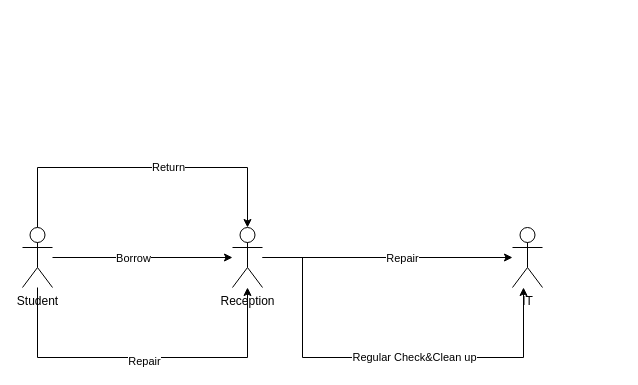
The draw.io diagram MSL-device.drawio in cnfrank/device, before the edit. Source tidied: cells renumbered, new cells numbered last; positions are measured from the earlier drawing's top-left corner, leaving out a move shared by most shapes. Both pictures are drawn from the tidied source at 100%, with x=0, y=0 at pixel (22, 167).
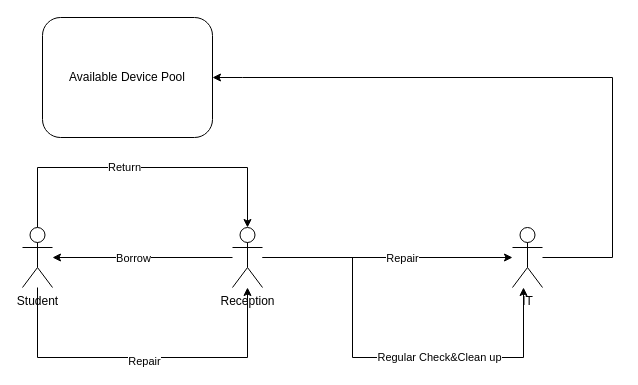
The same page after the edit.

The change refers to these unchanged cells:
```xml
<mxCell id="6" value="Reception" style="shape=umlActor;verticalLabelPosition=bottom;verticalAlign=top;html=1;outlineConnect=0;" parent="1" vertex="1">
  <mxGeometry x="210" y="60" width="30" height="60" as="geometry" />
</mxCell>
<mxCell id="9" style="edgeStyle=orthogonalEdgeStyle;rounded=0;jettySize=auto;html=1;" parent="1" edge="1" source="13" target="6">
  <mxGeometry relative="1" as="geometry">
    <Array as="points">
      <mxPoint x="15" />
      <mxPoint x="225" />
    </Array>
  </mxGeometry>
</mxCell>
<mxCell id="13" value="Student&lt;br&gt;" style="shape=umlActor;verticalLabelPosition=bottom;verticalAlign=top;html=1;outlineConnect=0;" parent="1" vertex="1">
  <mxGeometry y="60" width="30" height="60" as="geometry" />
</mxCell>
<mxCell id="14" value="IT" style="shape=umlActor;verticalLabelPosition=bottom;verticalAlign=top;html=1;outlineConnect=0;" parent="1" vertex="1">
  <mxGeometry x="490" y="60" width="30" height="60" as="geometry" />
</mxCell>
```

Diff of the diagram source:
```diff
@@
     <mxCell id="4" style="edgeStyle=orthogonalEdgeStyle;rounded=0;jettySize=auto;html=1;" parent="1" edge="1" source="6" target="14">
       <mxGeometry relative="1" as="geometry">
         <Array as="points">
-          <mxPoint x="280" y="90" />
-          <mxPoint x="280" y="190" />
+          <mxPoint x="330" y="90" />
+          <mxPoint x="330" y="190" />
           <mxPoint x="501" y="190" />
         </Array>
       </mxGeometry>
     </mxCell>
     <mxCell id="5" value="Regular Check&amp;amp;Clean up" style="edgeLabel;html=1;align=center;verticalAlign=middle;" parent="4" vertex="1">
       <mxGeometry x="-0.04" y="1" relative="1" as="geometry">
-        <mxPoint x="44" as="offset" />
+        <mxPoint x="69" as="offset" />
       </mxGeometry>
     </mxCell>
@@
-    <mxCell id="7" style="edgeStyle=orthogonalEdgeStyle;rounded=0;jettySize=auto;html=1;" parent="1" edge="1" source="13" target="6">
+    <mxCell id="7" style="edgeStyle=orthogonalEdgeStyle;rounded=0;jettySize=auto;html=1;startArrow=classic;startFill=1;endArrow=none;endFill=0;" parent="1" edge="1" source="13" target="6">
       <mxGeometry relative="1" as="geometry" />
     </mxCell>
@@
     <mxCell id="10" value="Return" style="edgeLabel;html=1;align=center;verticalAlign=middle;" parent="9" vertex="1">
-      <mxGeometry x="0.15" y="1" relative="1" as="geometry" />
+      <mxGeometry x="0.15" y="1" relative="1" as="geometry">
+        <mxPoint x="-44" as="offset" />
+      </mxGeometry>
     </mxCell>
@@
+    <mxCell id="15" style="edgeStyle=orthogonalEdgeStyle;rounded=0;jettySize=auto;html=1;entryX=1;entryY=0.5;entryDx=0;entryDy=0;" parent="1" edge="1" source="14" target="16">
+      <mxGeometry relative="1" as="geometry">
+        <Array as="points">
+          <mxPoint x="590" y="90" />
+          <mxPoint x="590" y="-90" />
+          <mxPoint x="220" y="-90" />
+        </Array>
+      </mxGeometry>
+    </mxCell>
@@
+    <mxCell id="16" value="Available Device Pool" style="rounded=1;whiteSpace=wrap;html=1;" parent="1" vertex="1">
+      <mxGeometry x="20" y="-150" width="170" height="120" as="geometry" />
+    </mxCell>
```
